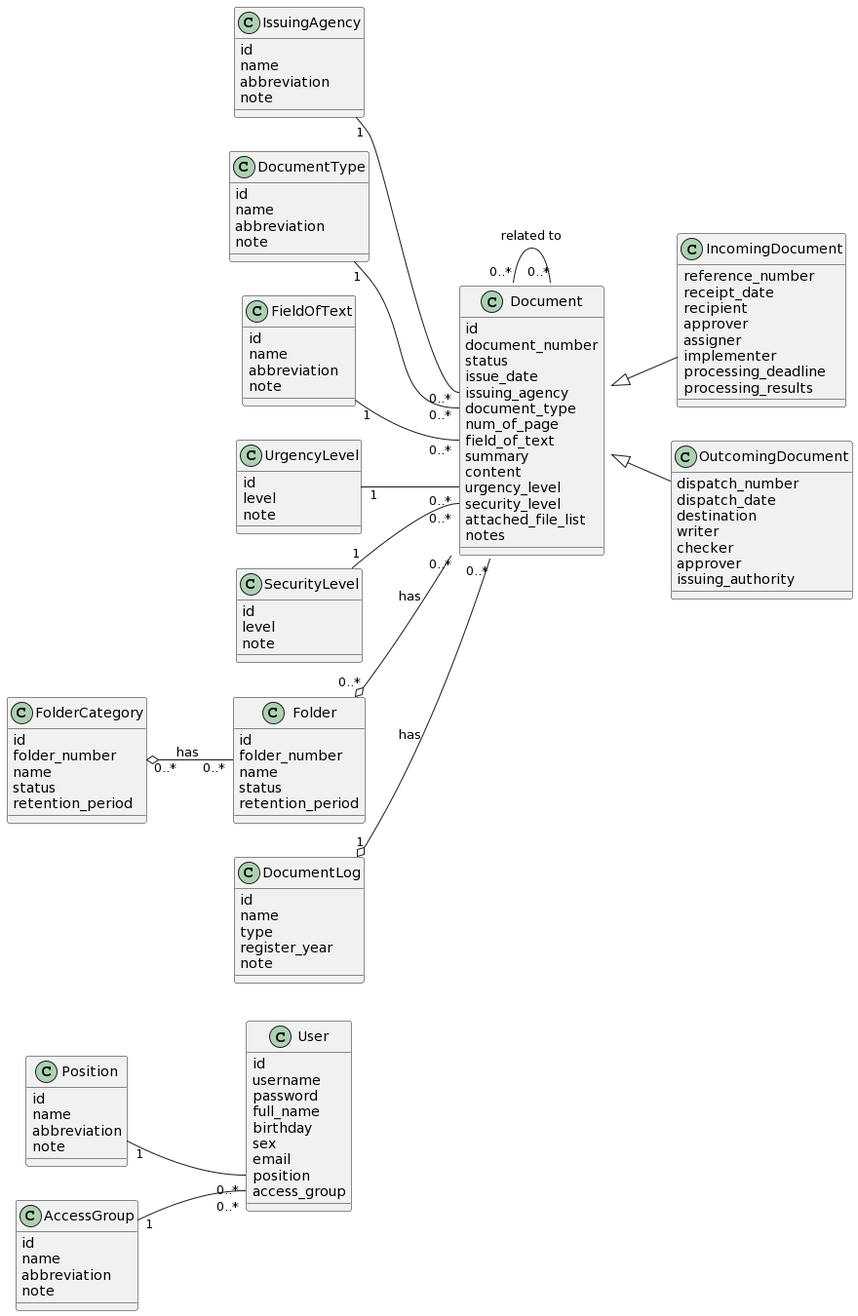
Above: Lab1/Lab1.2/Class Diagram/Class Diagram.png in khoapham1003/SE357-Pratice-class (PlantUML), before the change.
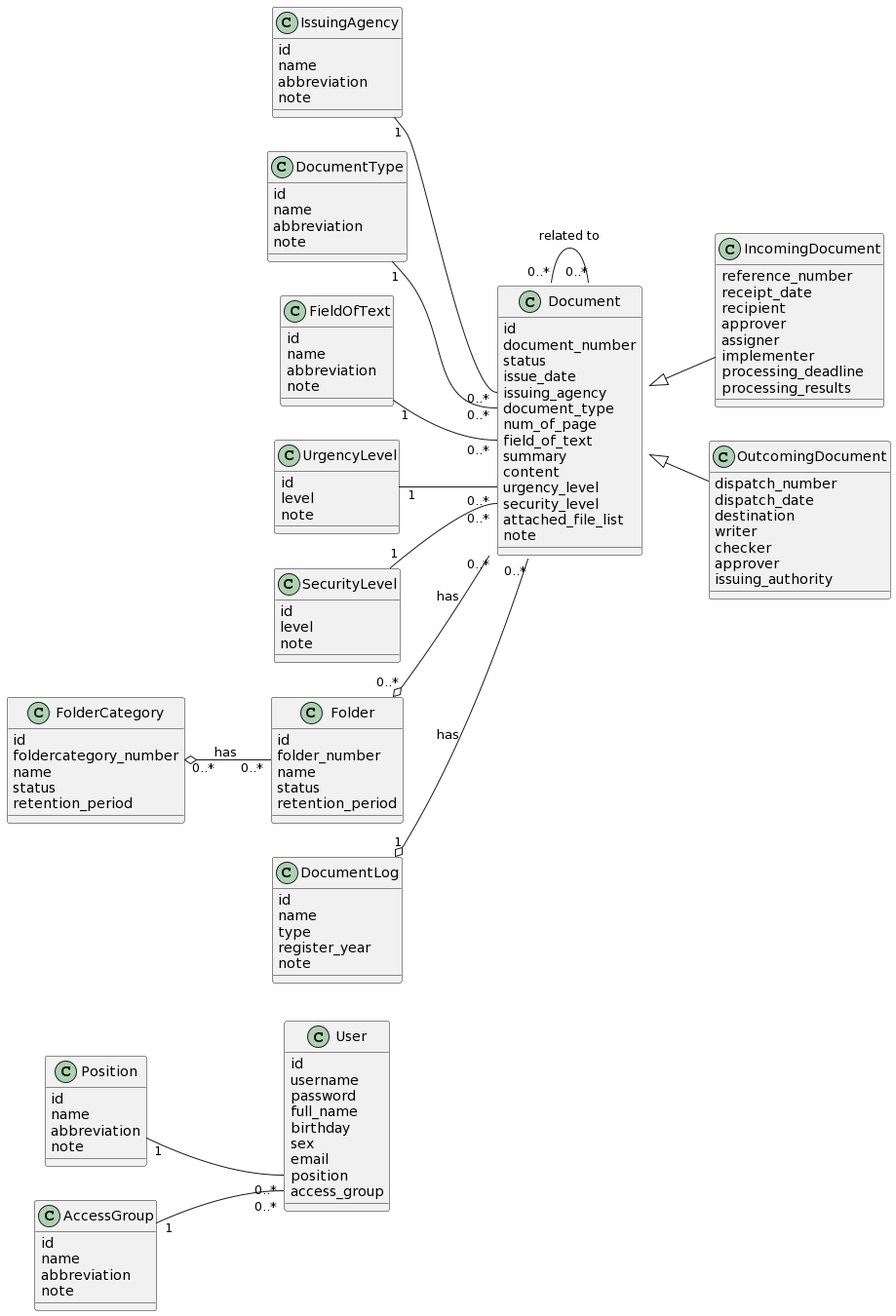
Later version of the same file.

Commit message:
fix Class Diagram

Change to the diagram source:
```diff
@@ -37,7 +37,7 @@
 urgency_level
 security_level
 attached_file_list
-notes
+note
 }
 class IncomingDocument {
 reference_number
@@ -103,7 +103,7 @@
 }
 class FolderCategory{
 id
-folder_number
+foldercategory_number
 name
 status
 retention_period
```
